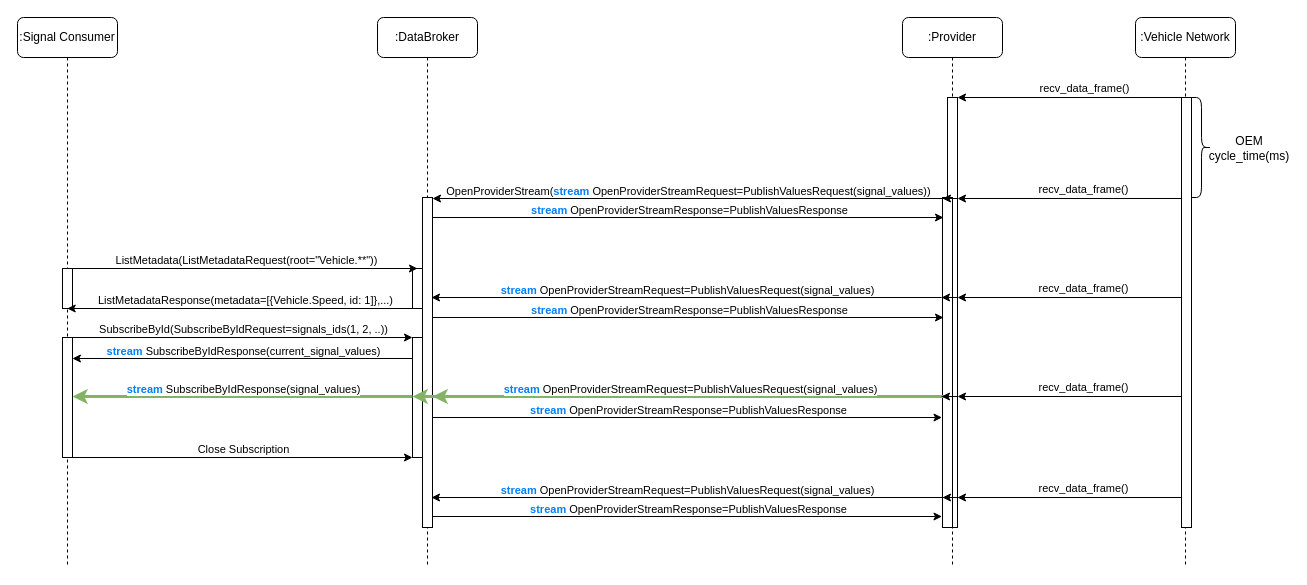
This is doc/diagrams/consumer_subscribes.drawio from eclipse-kuksa/kuksa-databroker, a draw.io file, before an edit. Source tidied: cells renumbered, new cells numbered last; positions are measured from the earlier drawing's top-left corner, leaving out a move shared by most shapes. Both pictures are drawn from the tidied source at 100%, with x=0, y=0 at pixel (17, 17).
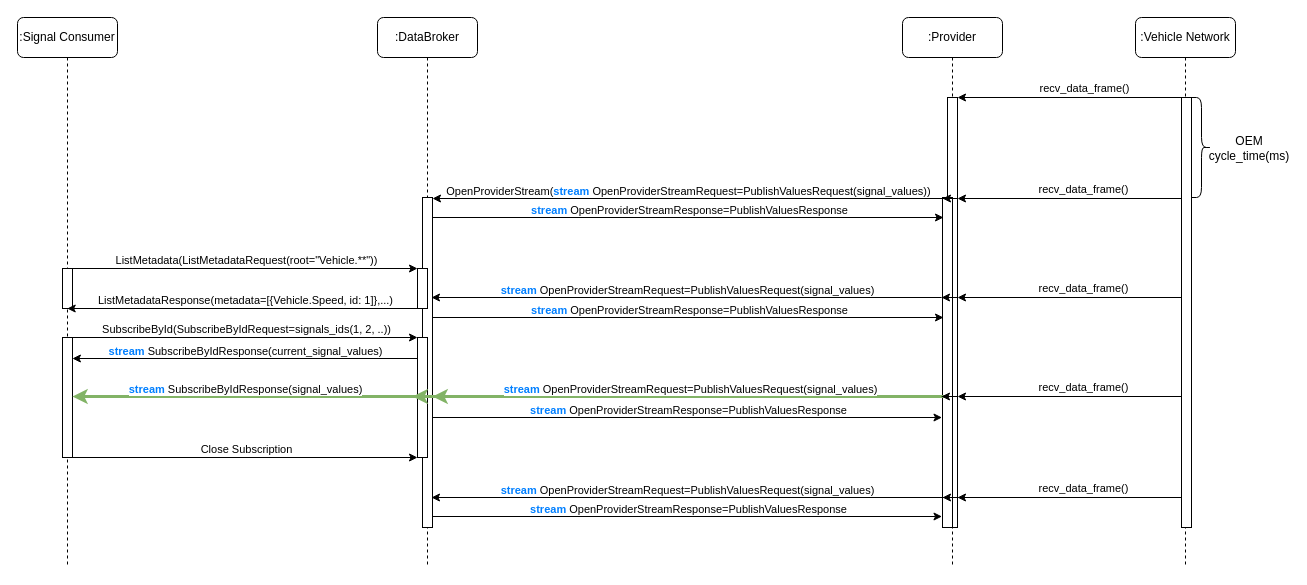
The same diagram, later.

Unchanged cells that the change refers to:
```xml
<mxCell id="2" value=":DataBroker" style="shape=umlLifeline;perimeter=lifelinePerimeter;whiteSpace=wrap;html=1;rounded=1;" parent="1" vertex="1">
  <mxGeometry x="360" width="100" height="550" as="geometry" />
</mxCell>
<mxCell id="6" value=":Signal Consumer" style="shape=umlLifeline;perimeter=lifelinePerimeter;whiteSpace=wrap;html=1;rounded=1;" parent="1" vertex="1">
  <mxGeometry width="100" height="550" as="geometry" />
</mxCell>
```

The edit, as a diff of the source:
```diff
@@
     <mxCell id="4" style="html=1;perimeter=orthogonalPerimeter;targetShapes=umlLifeline;newEdgeStyle={&quot;curved&quot;:0,&quot;rounded&quot;:0};" parent="2" vertex="1">
-      <mxGeometry x="35" y="251" width="10" height="40" as="geometry" />
+      <mxGeometry x="40" y="251" width="10" height="40" as="geometry" />
     </mxCell>
     <mxCell id="5" style="html=1;points=[[0,0,0,0,5],[0,1,0,0,-5],[1,0,0,0,5],[1,1,0,0,-5]];perimeter=orthogonalPerimeter;outlineConnect=0;targetShapes=umlLifeline;portConstraint=eastwest;newEdgeStyle={&quot;curved&quot;:0,&quot;rounded&quot;:0};" parent="2" vertex="1">
-      <mxGeometry x="35" y="320" width="10" height="120" as="geometry" />
+      <mxGeometry x="40" y="320" width="10" height="120" as="geometry" />
     </mxCell>
@@
-    <mxCell id="9" style="endArrow=classic;html=1;rounded=0;" parent="6" edge="1">
+    <mxCell id="9" style="endArrow=classic;html=1;rounded=0;" parent="6" edge="1" target="5">
       <mxGeometry relative="1" as="geometry">
         <mxPoint x="55" y="320" as="sourcePoint" />
-        <mxPoint x="395" y="320" as="targetPoint" />
       </mxGeometry>
     </mxCell>
@@
     <mxCell id="30" style="endArrow=classic;html=1;rounded=0;fillColor=#d5e8d4;gradientColor=#97d077;strokeColor=#82b366;strokeWidth=3;" parent="1" edge="1">
       <mxGeometry relative="1" as="geometry">
-        <mxPoint x="395" y="379" as="sourcePoint" />
+        <mxPoint x="400" y="379" as="sourcePoint" />
         <mxPoint x="54.9" y="379" as="targetPoint" />
       </mxGeometry>
     </mxCell>
@@
-    <mxCell id="32" style="endArrow=classic;html=1;rounded=0;" parent="1" edge="1">
+    <mxCell id="32" style="endArrow=classic;html=1;rounded=0;" parent="1" edge="1" target="5">
       <mxGeometry relative="1" as="geometry">
         <mxPoint x="55" y="440" as="sourcePoint" />
-        <mxPoint x="395" y="440" as="targetPoint" />
       </mxGeometry>
     </mxCell>
@@
-    <mxCell id="57" style="endArrow=classic;html=1;rounded=0;strokeWidth=1;" parent="1" edge="1">
+    <mxCell id="57" style="endArrow=classic;html=1;rounded=0;strokeWidth=1;" parent="1" edge="1" source="5">
       <mxGeometry relative="1" as="geometry">
-        <mxPoint x="395" y="341" as="sourcePoint" />
         <mxPoint x="54.9" y="341" as="targetPoint" />
       </mxGeometry>
     </mxCell>
```
